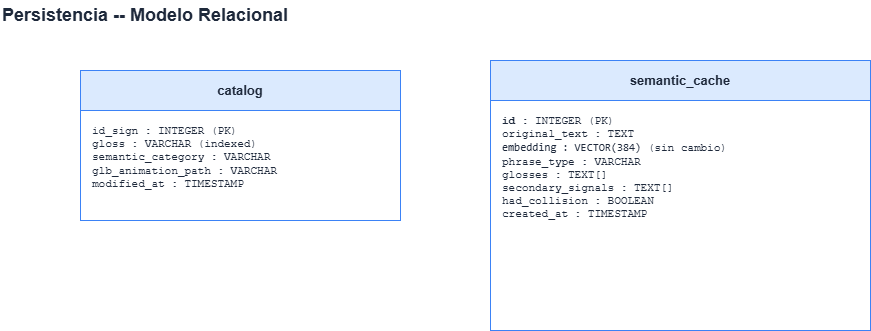
Before: docs/diagrams/sdd-7.3-persistencia-relacional.drawio.png, a diagram exported from draw.io (sign-ai-organization/signall-backend). Source tidied: cells renumbered, new cells last; positions are measured from the earlier drawing's top-left corner, leaving out a move shared by most shapes.
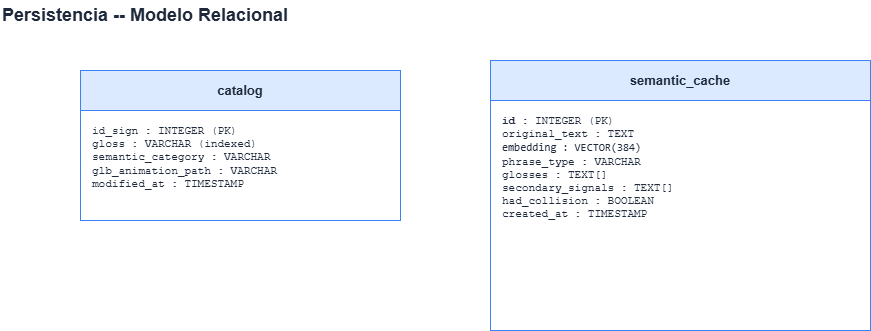
After the change.

The edit, as a diff of the source:
```diff
@@ -14,7 +14,7 @@
     <mxCell id="5" value="semantic_cache" style="rounded=0;whiteSpace=wrap;html=1;fillColor=#dbeafe;strokeColor=#3b82f6;fontSize=13;fontStyle=1;align=center;verticalAlign=middle;fontColor=#1e293b;" parent="1" vertex="1">
       <mxGeometry x="490" y="60" width="380" height="40" as="geometry" />
     </mxCell>
-    <mxCell id="6" value="&lt;b&gt;id&lt;/b&gt; : INTEGER  (PK)&lt;br&gt;original_text : TEXT&lt;br&gt;&lt;div&gt;&lt;code style=&quot;background-color: transparent; color: light-dark(rgb(30, 41, 59), rgb(195, 204, 220));&quot;&gt;embedding : VECTOR(384)&lt;/code&gt;&lt;span style=&quot;background-color: transparent; color: light-dark(rgb(30, 41, 59), rgb(195, 204, 220));&quot;&gt; (sin cambio)&lt;/span&gt;&lt;/div&gt;&lt;div&gt;&lt;span style=&quot;background-color: transparent; color: light-dark(rgb(30, 41, 59), rgb(195, 204, 220));&quot;&gt;phrase_type : VARCHAR&lt;/span&gt;&lt;/div&gt;&lt;div&gt;&lt;span style=&quot;background-color: transparent; color: light-dark(rgb(30, 41, 59), rgb(195, 204, 220));&quot;&gt;glosses : TEXT[]&lt;/span&gt;&lt;/div&gt;&lt;div&gt;&lt;span style=&quot;background-color: transparent; color: light-dark(rgb(30, 41, 59), rgb(195, 204, 220));&quot;&gt;secondary_signals : TEXT[]&lt;/span&gt;&lt;/div&gt;&lt;div&gt;&lt;span style=&quot;background-color: transparent; color: light-dark(rgb(30, 41, 59), rgb(195, 204, 220));&quot;&gt;had_collision : BOOLEAN&lt;/span&gt;&lt;/div&gt;&lt;div&gt;created_at : TIMESTAMP&lt;/div&gt;" style="rounded=0;whiteSpace=wrap;html=1;fillColor=#ffffff;strokeColor=#3b82f6;fontSize=11;fontColor=#1e293b;align=left;verticalAlign=top;spacingLeft=10;spacingTop=8;fontFamily=Courier New;" parent="1" vertex="1">
+    <mxCell id="6" value="&lt;b&gt;id&lt;/b&gt; : INTEGER  (PK)&lt;br&gt;original_text : TEXT&lt;br&gt;&lt;div&gt;&lt;code style=&quot;background-color: transparent; color: light-dark(rgb(30, 41, 59), rgb(195, 204, 220));&quot;&gt;embedding : VECTOR(384)&lt;/code&gt;&lt;/div&gt;&lt;div&gt;&lt;span style=&quot;background-color: transparent; color: light-dark(rgb(30, 41, 59), rgb(195, 204, 220));&quot;&gt;phrase_type : VARCHAR&lt;/span&gt;&lt;/div&gt;&lt;div&gt;&lt;span style=&quot;background-color: transparent; color: light-dark(rgb(30, 41, 59), rgb(195, 204, 220));&quot;&gt;glosses : TEXT[]&lt;/span&gt;&lt;/div&gt;&lt;div&gt;&lt;span style=&quot;background-color: transparent; color: light-dark(rgb(30, 41, 59), rgb(195, 204, 220));&quot;&gt;secondary_signals : TEXT[]&lt;/span&gt;&lt;/div&gt;&lt;div&gt;&lt;span style=&quot;background-color: transparent; color: light-dark(rgb(30, 41, 59), rgb(195, 204, 220));&quot;&gt;had_collision : BOOLEAN&lt;/span&gt;&lt;/div&gt;&lt;div&gt;created_at : TIMESTAMP&lt;/div&gt;" style="rounded=0;whiteSpace=wrap;html=1;fillColor=#ffffff;strokeColor=#3b82f6;fontSize=11;fontColor=#1e293b;align=left;verticalAlign=top;spacingLeft=10;spacingTop=8;fontFamily=Courier New;" parent="1" vertex="1">
       <mxGeometry x="490" y="100" width="380" height="230" as="geometry" />
     </mxCell>
   </root>
```
